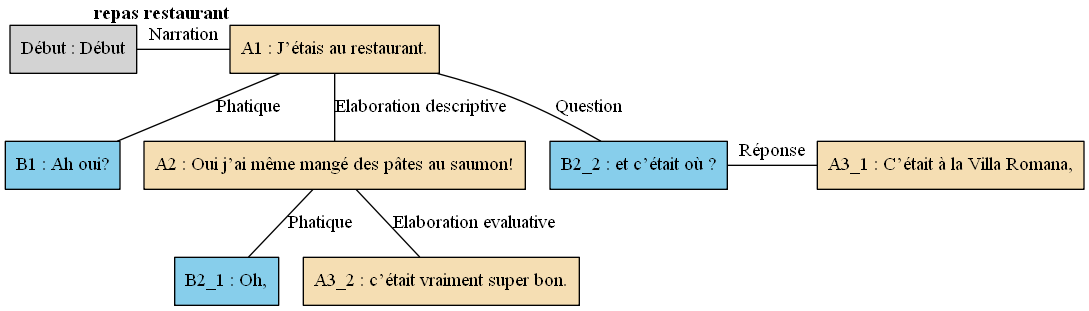
AlaixComet/AnnotationSlamPTut keeps this Graphviz diagram as arbres/Bac_a_sable/Bac_a_sable_-_C04.gv.png. Above is the earlier version. Its source is kept beside it as arbres/Bac_a_sable/Bac_a_sable_-_C04.gv. Its diagram source:
```dot
digraph C04 {
	node [shape=box style=filled]
	"Début" [label="Début : Début" xlabel=""]
	A1 [label="A1 : J’étais au restaurant." fillcolor=wheat xlabel=<<B>repas restaurant</B>>]
	B1 [label="B1 : Ah oui?" fillcolor=skyblue xlabel=""]
	A2 [label="A2 : Oui j’ai même mangé des pâtes au saumon!" fillcolor=wheat xlabel=""]
	B2_1 [label="B2_1 : Oh," fillcolor=skyblue xlabel=""]
	B2_2 [label="B2_2 : et c’était où ?" fillcolor=skyblue xlabel=""]
	A3_1 [label="A3_1 : C’était à la Villa Romana," fillcolor=wheat xlabel=""]
	A3_2 [label="A3_2 : c’était vraiment super bon." fillcolor=wheat xlabel=""]
	{
		rank=same
		"Début"
		A1
		"Début" -> A1 [label=Narration dir=none]
	}
	A1 -> B1 [label=Phatique dir=none]
	A1 -> A2 [label="Elaboration descriptive" dir=none]
	A2 -> B2_1 [label=Phatique dir=none]
	A1 -> B2_2 [label=Question dir=none]
	{
		rank=same
		B2_2
		A3_1
		B2_2 -> A3_1 [label="Réponse" dir=none]
	}
	A2 -> A3_2 [label="Elaboration evaluative" dir=none]
}
```
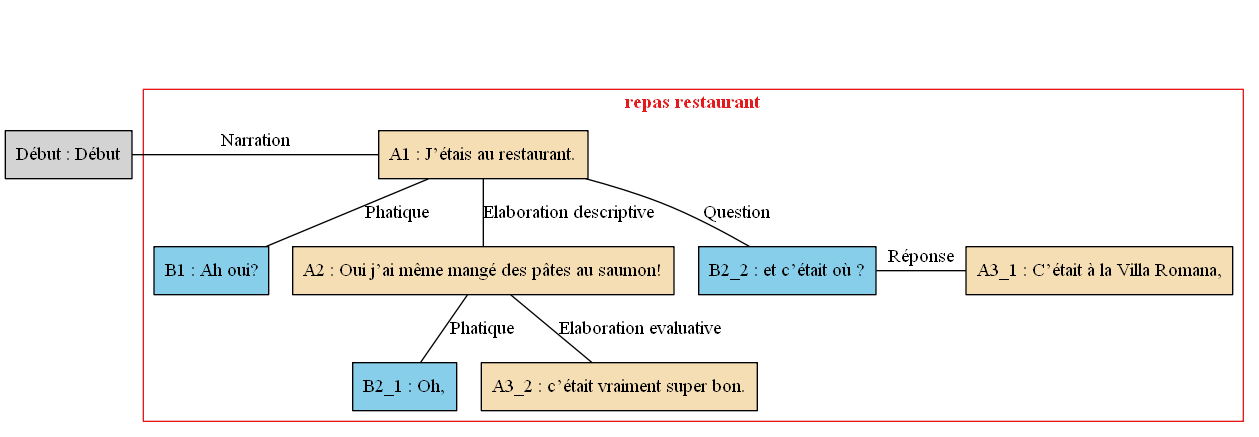
The same diagram one commit later.

Diff of the diagram source:
```diff
@@ -1,28 +1,36 @@
 digraph C04 {
 	node [shape=box style=filled]
-	"Début" [label="Début : Début" xlabel=""]
-	A1 [label="A1 : J’étais au restaurant." fillcolor=wheat xlabel=<<B>repas restaurant</B>>]
-	B1 [label="B1 : Ah oui?" fillcolor=skyblue xlabel=""]
-	A2 [label="A2 : Oui j’ai même mangé des pâtes au saumon!" fillcolor=wheat xlabel=""]
-	B2_1 [label="B2_1 : Oh," fillcolor=skyblue xlabel=""]
-	B2_2 [label="B2_2 : et c’était où ?" fillcolor=skyblue xlabel=""]
-	A3_1 [label="A3_1 : C’était à la Villa Romana," fillcolor=wheat xlabel=""]
-	A3_2 [label="A3_2 : c’était vraiment super bon." fillcolor=wheat xlabel=""]
-	{
-		rank=same
-		"Début"
+	newrank=true
+	zero [style=invis]
+	"Début" [label="Début : Début"]
+	A1 [label="A1 : J’étais au restaurant." fillcolor=wheat]
+	B1 [label="B1 : Ah oui?" fillcolor=skyblue]
+	A2 [label="A2 : Oui j’ai même mangé des pâtes au saumon!" fillcolor=wheat]
+	B2_1 [label="B2_1 : Oh," fillcolor=skyblue]
+	B2_2 [label="B2_2 : et c’était où ?" fillcolor=skyblue]
+	A3_1 [label="A3_1 : C’était à la Villa Romana," fillcolor=wheat]
+	A3_2 [label="A3_2 : c’était vraiment super bon." fillcolor=wheat]
+	zero -> "Début" [label="" style=invis]
+	zero -> A1 [style=invis weight=1]
+	"Début" -> A1 [label=Narration constraint=false dir=none]
+	A1 -> B1 [label=Phatique dir=none weight=2]
+	A1 -> A2 [label="Elaboration descriptive" dir=none weight=2]
+	A2 -> B2_1 [label=Phatique dir=none weight=2]
+	A1 -> B2_2 [label=Question dir=none weight=2]
+	A1 -> A3_1 [style=invis weight=1]
+	B2_2 -> A3_1 [label="Réponse" constraint=false dir=none]
+	A2 -> A3_2 [label="Elaboration evaluative" dir=none weight=2]
+	subgraph cluster_1 {
+		label=<<B>repas restaurant</B>>
+		colorscheme=set19
+		color=1
+		fontcolor=1
 		A1
-		"Début" -> A1 [label=Narration dir=none]
-	}
-	A1 -> B1 [label=Phatique dir=none]
-	A1 -> A2 [label="Elaboration descriptive" dir=none]
-	A2 -> B2_1 [label=Phatique dir=none]
-	A1 -> B2_2 [label=Question dir=none]
-	{
-		rank=same
+		B1
+		A2
+		B2_1
 		B2_2
 		A3_1
-		B2_2 -> A3_1 [label="Réponse" dir=none]
+		A3_2
 	}
-	A2 -> A3_2 [label="Elaboration evaluative" dir=none]
 }
```
